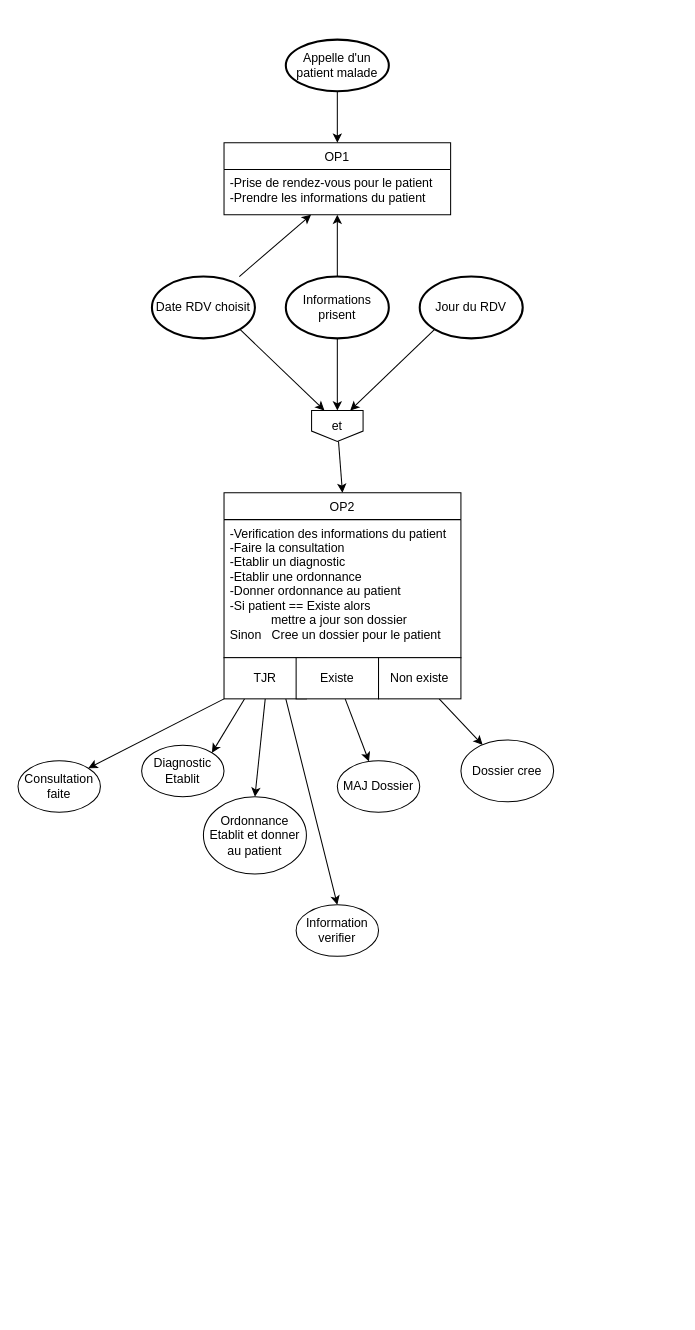
Before: MCT.drawio in Ramskyii/Projet_SI_Django, a draw.io diagram. Source tidied: cells renumbered, new cells numbered last; positions are measured from the earlier drawing's top-left corner, leaving out a move shared by most shapes. Both pictures are drawn from the tidied source at 103%, with x=0, y=0 at pixel (18, 39).
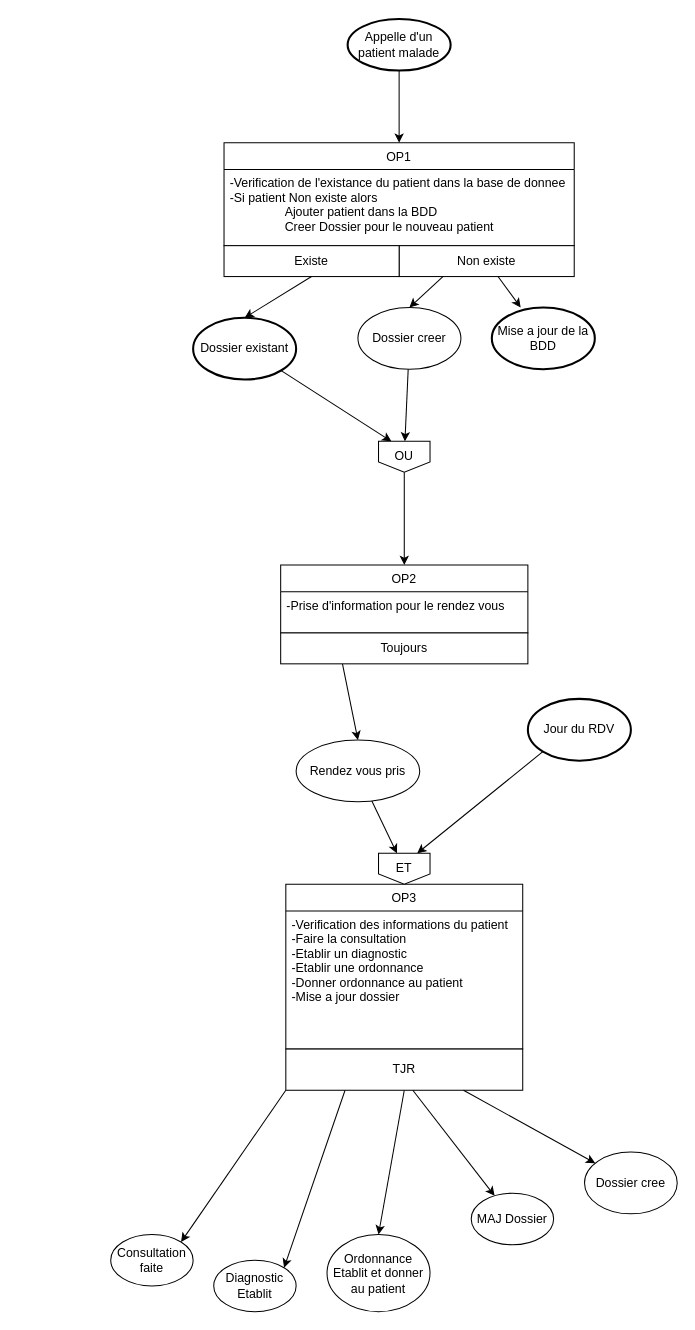
The same diagram, later.

The edit, as a diff of the source:
```diff
@@
     <mxCell id="2" value="OP1" style="swimlane;fontStyle=0;horizontal=1;startSize=26;fillColor=none;" parent="1" vertex="1">
-      <mxGeometry x="200" y="100" width="220" height="70" as="geometry" />
+      <mxGeometry x="200" y="100" width="340" height="100" as="geometry" />
     </mxCell>
-    <mxCell id="3" value="-Prise de rendez-vous pour le patient&#10;-Prendre les informations du patient" style="text;strokeColor=none;fillColor=none;align=left;verticalAlign=top;spacingLeft=4;spacingRight=4;overflow=hidden;points=[[0,0.5],[1,0.5]];portConstraint=eastwest;" parent="2" vertex="1">
-      <mxGeometry y="26" width="220" height="44" as="geometry" />
+    <mxCell id="3" value="-Verification de l'existance du patient dans la base de donnee&#10;-Si patient Non existe alors &#10;                Ajouter patient dans la BDD &#10;                Creer Dossier pour le nouveau patient" style="text;strokeColor=none;fillColor=none;align=left;verticalAlign=top;spacingLeft=4;spacingRight=4;overflow=hidden;points=[[0,0.5],[1,0.5]];portConstraint=eastwest;" parent="2" vertex="1">
+      <mxGeometry y="26" width="340" height="74" as="geometry" />
     </mxCell>
@@
     <mxCell id="5" value="Appelle d'un patient malade" style="strokeWidth=2;html=1;shape=mxgraph.flowchart.start_1;whiteSpace=wrap;" parent="1" vertex="1">
-      <mxGeometry x="260" width="100" height="50" as="geometry" />
+      <mxGeometry x="320" y="-20" width="100" height="50" as="geometry" />
     </mxCell>
-    <mxCell id="6" style="edgeStyle=none;html=1;" parent="1" edge="1" source="8" target="3">
-      <mxGeometry relative="1" as="geometry" />
-    </mxCell>
@@
-    <mxCell id="8" value="Date RDV choisit" style="strokeWidth=2;html=1;shape=mxgraph.flowchart.start_1;whiteSpace=wrap;" parent="1" vertex="1">
-      <mxGeometry x="130" y="230" width="100" height="60" as="geometry" />
+    <mxCell id="8" value="Dossier existant" style="strokeWidth=2;html=1;shape=mxgraph.flowchart.start_1;whiteSpace=wrap;" parent="1" vertex="1">
+      <mxGeometry x="170" y="270" width="100" height="60" as="geometry" />
     </mxCell>
-    <mxCell id="9" style="edgeStyle=none;html=1;" parent="1" edge="1" source="11" target="3">
-      <mxGeometry relative="1" as="geometry" />
-    </mxCell>
-    <mxCell id="10" style="edgeStyle=none;html=1;exitX=0.5;exitY=1;exitDx=0;exitDy=0;exitPerimeter=0;entryX=0.5;entryY=0;entryDx=0;entryDy=0;" parent="1" edge="1" source="11" target="15">
-      <mxGeometry relative="1" as="geometry" />
-    </mxCell>
-    <mxCell id="11" value="Informations prisent" style="strokeWidth=2;html=1;shape=mxgraph.flowchart.start_1;whiteSpace=wrap;" parent="1" vertex="1">
-      <mxGeometry x="260" y="230" width="100" height="60" as="geometry" />
+    <mxCell id="11" value="Mise a jour de la BDD" style="strokeWidth=2;html=1;shape=mxgraph.flowchart.start_1;whiteSpace=wrap;" parent="1" vertex="1">
+      <mxGeometry x="460" y="260" width="100" height="60" as="geometry" />
     </mxCell>
-    <mxCell id="12" style="edgeStyle=none;html=1;exitX=0.145;exitY=0.855;exitDx=0;exitDy=0;exitPerimeter=0;entryX=0.75;entryY=0;entryDx=0;entryDy=0;" parent="1" edge="1" source="13" target="15">
+    <mxCell id="12" style="edgeStyle=none;html=1;exitX=0.145;exitY=0.855;exitDx=0;exitDy=0;exitPerimeter=0;entryX=0.75;entryY=0;entryDx=0;entryDy=0;" parent="1" edge="1" source="13" target="45">
       <mxGeometry relative="1" as="geometry" />
     </mxCell>
     <mxCell id="13" value="Jour du RDV" style="strokeWidth=2;html=1;shape=mxgraph.flowchart.start_1;whiteSpace=wrap;" parent="1" vertex="1">
-      <mxGeometry x="390" y="230" width="100" height="60" as="geometry" />
+      <mxGeometry x="495" y="640" width="100" height="60" as="geometry" />
     </mxCell>
-    <mxCell id="14" style="edgeStyle=none;html=1;entryX=0.5;entryY=0;entryDx=0;entryDy=0;" parent="1" edge="1" source="15" target="16">
-      <mxGeometry relative="1" as="geometry" />
-    </mxCell>
+    <mxCell id="33" style="edgeStyle=none;html=1;entryX=0.5;entryY=0;entryDx=0;entryDy=0;" parent="1" edge="1" source="15" target="39">
+      <mxGeometry relative="1" as="geometry" />
+    </mxCell>
-    <mxCell id="15" value="et" style="shape=offPageConnector;whiteSpace=wrap;html=1;size=0.3333333333333333;" parent="1" vertex="1">
-      <mxGeometry x="285" y="360" width="50" height="30" as="geometry" />
+    <mxCell id="15" value="OU" style="shape=offPageConnector;whiteSpace=wrap;html=1;size=0.3333333333333333;" parent="1" vertex="1">
+      <mxGeometry x="350" y="390" width="50" height="30" as="geometry" />
     </mxCell>
-    <mxCell id="16" value="OP2" style="swimlane;fontStyle=0;horizontal=1;startSize=26;fillColor=none;" parent="1" vertex="1">
-      <mxGeometry x="200" y="440" width="230" height="160" as="geometry" />
+    <mxCell id="16" value="OP3" style="swimlane;fontStyle=0;horizontal=1;startSize=26;fillColor=none;" parent="1" vertex="1">
+      <mxGeometry x="260" y="820" width="230" height="160" as="geometry" />
     </mxCell>
-    <mxCell id="17" value="-Verification des informations du patient&#10;-Faire la consultation &#10;-Etablir un diagnostic&#10;-Etablir une ordonnance&#10;-Donner ordonnance au patient &#10;-Si patient == Existe alors &#10;            mettre a jour son dossier&#10;Sinon   Cree un dossier pour le patient" style="text;strokeColor=none;fillColor=none;align=left;verticalAlign=top;spacingLeft=4;spacingRight=4;overflow=hidden;" parent="16" vertex="1">
+    <mxCell id="17" value="-Verification des informations du patient&#10;-Faire la consultation &#10;-Etablir un diagnostic&#10;-Etablir une ordonnance&#10;-Donner ordonnance au patient &#10;-Mise a jour dossier" style="text;strokeColor=none;fillColor=none;align=left;verticalAlign=top;spacingLeft=4;spacingRight=4;overflow=hidden;" parent="16" vertex="1">
       <mxGeometry y="26" width="230" height="134" as="geometry" />
     </mxCell>
@@
-    <mxCell id="21" style="edgeStyle=none;html=1;exitX=0.75;exitY=1;exitDx=0;exitDy=0;entryX=0.5;entryY=0;entryDx=0;entryDy=0;" parent="1" edge="1" source="22" target="32">
-      <mxGeometry relative="1" as="geometry" />
-    </mxCell>
     <mxCell id="22" value="TJR" style="rounded=0;whiteSpace=wrap;html=1;" parent="1" vertex="1">
-      <mxGeometry x="200" y="600" width="80" height="40" as="geometry" />
+      <mxGeometry x="260" y="980" width="230" height="40" as="geometry" />
     </mxCell>
-    <mxCell id="23" style="edgeStyle=none;html=1;" parent="1" edge="1" source="24" target="28">
-      <mxGeometry relative="1" as="geometry" />
+    <mxCell id="23" style="edgeStyle=none;html=1;" parent="1" edge="1" target="28">
+      <mxGeometry relative="1" as="geometry">
+        <mxPoint x="383.3" y="1020" as="sourcePoint" />
+      </mxGeometry>
     </mxCell>
-    <mxCell id="24" value="Existe" style="rounded=0;whiteSpace=wrap;html=1;" parent="1" vertex="1">
-      <mxGeometry x="270" y="600" width="80" height="40" as="geometry" />
-    </mxCell>
-    <mxCell id="25" style="edgeStyle=none;html=1;" parent="1" edge="1" source="26" target="27">
+    <mxCell id="25" style="edgeStyle=none;html=1;exitX=0.75;exitY=1;exitDx=0;exitDy=0;" parent="1" edge="1" source="22" target="27">
       <mxGeometry relative="1" as="geometry" />
     </mxCell>
-    <mxCell id="26" value="Non existe" style="rounded=0;whiteSpace=wrap;html=1;" parent="1" vertex="1">
-      <mxGeometry x="350" y="600" width="80" height="40" as="geometry" />
-    </mxCell>
     <mxCell id="27" value="Dossier cree" style="ellipse;whiteSpace=wrap;html=1;rounded=0;" parent="1" vertex="1">
-      <mxGeometry x="430" y="680" width="90" height="60" as="geometry" />
+      <mxGeometry x="550" y="1080" width="90" height="60" as="geometry" />
     </mxCell>
     <mxCell id="28" value="MAJ Dossier" style="ellipse;whiteSpace=wrap;html=1;rounded=0;" parent="1" vertex="1">
-      <mxGeometry x="310" y="700" width="80" height="50" as="geometry" />
+      <mxGeometry x="440" y="1120" width="80" height="50" as="geometry" />
     </mxCell>
     <mxCell id="29" value="Diagnostic&lt;br&gt;Etablit" style="ellipse;whiteSpace=wrap;html=1;rounded=0;" parent="1" vertex="1">
-      <mxGeometry x="120" y="685" width="80" height="50" as="geometry" />
+      <mxGeometry x="190" y="1185" width="80" height="50" as="geometry" />
     </mxCell>
     <mxCell id="30" value="Ordonnance Etablit et donner au patient" style="ellipse;whiteSpace=wrap;html=1;rounded=0;" parent="1" vertex="1">
-      <mxGeometry x="180" y="735" width="100" height="75" as="geometry" />
+      <mxGeometry x="300" y="1160" width="100" height="75" as="geometry" />
     </mxCell>
     <mxCell id="31" value="Consultation faite" style="ellipse;whiteSpace=wrap;html=1;rounded=0;" parent="1" vertex="1">
-      <mxGeometry y="700" width="80" height="50" as="geometry" />
+      <mxGeometry x="90" y="1160" width="80" height="50" as="geometry" />
     </mxCell>
-    <mxCell id="32" value="Information verifier" style="ellipse;whiteSpace=wrap;html=1;rounded=0;" parent="1" vertex="1">
-      <mxGeometry x="270" y="840" width="80" height="50" as="geometry" />
-    </mxCell>
+    <mxCell id="34" style="edgeStyle=none;html=1;" parent="1" edge="1" source="26" target="11">
+      <mxGeometry relative="1" as="geometry" />
+    </mxCell>
+    <mxCell id="35" style="edgeStyle=none;html=1;exitX=0.25;exitY=1;exitDx=0;exitDy=0;entryX=0.5;entryY=0;entryDx=0;entryDy=0;" parent="1" edge="1" source="26" target="38">
+      <mxGeometry relative="1" as="geometry" />
+    </mxCell>
+    <mxCell id="26" value="Non existe" style="rounded=0;whiteSpace=wrap;html=1;" parent="1" vertex="1">
+      <mxGeometry x="370" y="200" width="170" height="30" as="geometry" />
+    </mxCell>
+    <mxCell id="36" style="edgeStyle=none;html=1;exitX=0.5;exitY=1;exitDx=0;exitDy=0;entryX=0.5;entryY=0;entryDx=0;entryDy=0;entryPerimeter=0;" parent="1" edge="1" source="24" target="8">
+      <mxGeometry relative="1" as="geometry" />
+    </mxCell>
+    <mxCell id="24" value="Existe" style="rounded=0;whiteSpace=wrap;html=1;" parent="1" vertex="1">
+      <mxGeometry x="200" y="200" width="170" height="30" as="geometry" />
+    </mxCell>
+    <mxCell id="37" style="edgeStyle=none;html=1;" parent="1" edge="1" source="38" target="15">
+      <mxGeometry relative="1" as="geometry" />
+    </mxCell>
+    <mxCell id="38" value="Dossier creer" style="ellipse;whiteSpace=wrap;html=1;" parent="1" vertex="1">
+      <mxGeometry x="330" y="260" width="100" height="60" as="geometry" />
+    </mxCell>
+    <mxCell id="39" value="OP2" style="swimlane;fontStyle=0;horizontal=1;startSize=26;fillColor=none;" parent="1" vertex="1">
+      <mxGeometry x="255" y="510" width="240" height="66" as="geometry" />
+    </mxCell>
+    <mxCell id="40" value="-Prise d'information pour le rendez vous" style="text;strokeColor=none;fillColor=none;align=left;verticalAlign=top;spacingLeft=4;spacingRight=4;overflow=hidden;" parent="39" vertex="1">
+      <mxGeometry y="26" width="240" height="40" as="geometry" />
+    </mxCell>
+    <mxCell id="41" style="edgeStyle=none;html=1;" parent="1" edge="1" source="42" target="45">
+      <mxGeometry relative="1" as="geometry" />
+    </mxCell>
+    <mxCell id="42" value="Rendez vous pris" style="ellipse;whiteSpace=wrap;html=1;" parent="1" vertex="1">
+      <mxGeometry x="270" y="680" width="120" height="60" as="geometry" />
+    </mxCell>
+    <mxCell id="43" style="edgeStyle=none;html=1;exitX=0.25;exitY=1;exitDx=0;exitDy=0;entryX=0.5;entryY=0;entryDx=0;entryDy=0;" parent="1" edge="1" source="44" target="42">
+      <mxGeometry relative="1" as="geometry" />
+    </mxCell>
+    <mxCell id="44" value="Toujours" style="rounded=0;whiteSpace=wrap;html=1;" parent="1" vertex="1">
+      <mxGeometry x="255" y="576" width="240" height="30" as="geometry" />
+    </mxCell>
+    <mxCell id="45" value="ET" style="shape=offPageConnector;whiteSpace=wrap;html=1;size=0.3333333333333333;" parent="1" vertex="1">
+      <mxGeometry x="350" y="790" width="50" height="30" as="geometry" />
+    </mxCell>
```
